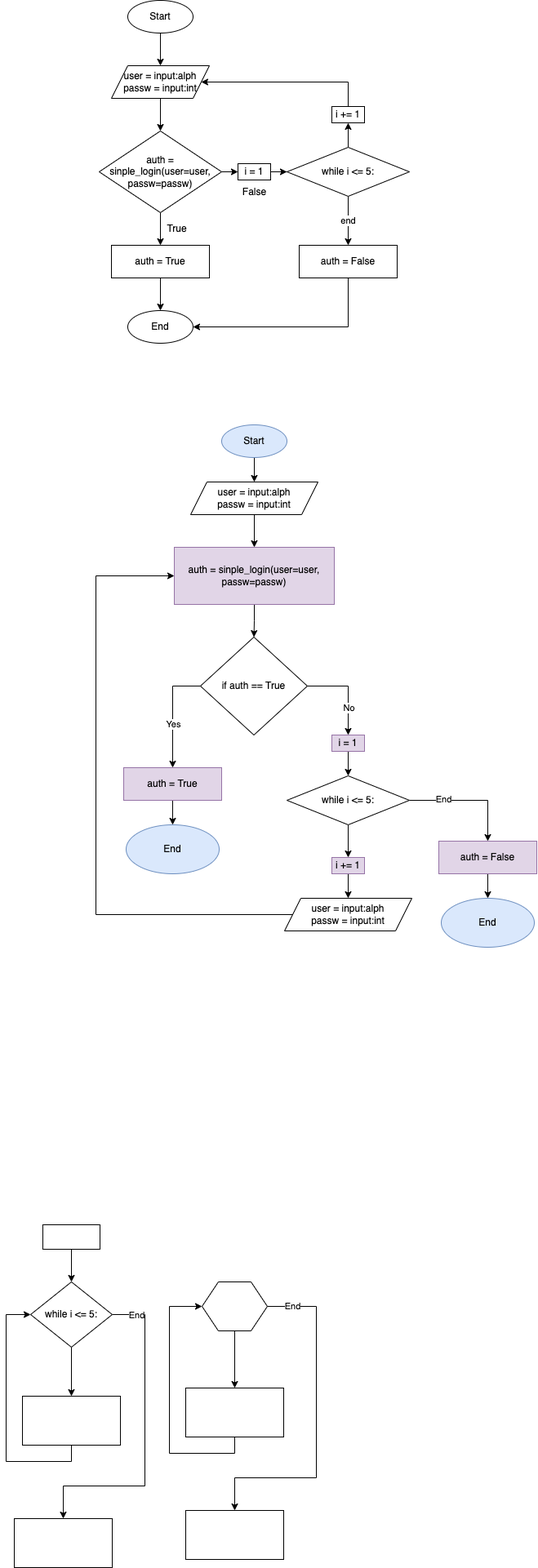
The draw.io diagram Project_001_Floch01.drawio.png in Verlonskg/Project_1, before a commit. Source tidied: cells renumbered, new cells last; positions are measured from the earlier drawing's top-left corner, leaving out a move shared by most shapes.
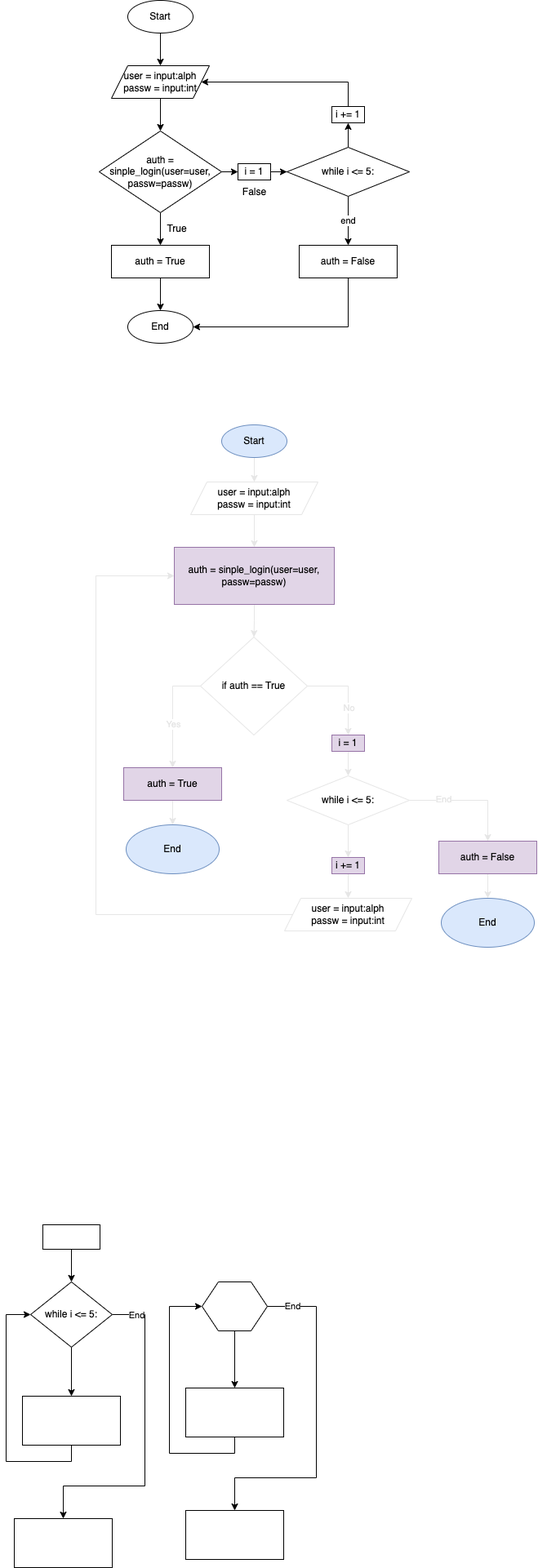
After the change.

What changed in the source:
```diff
@@ -154,74 +154,74 @@
     <mxCell id="38" style="rounded=0;whiteSpace=wrap;html=1;" parent="1" vertex="1">
       <mxGeometry x="45" y="1500" width="70" height="30" as="geometry" />
     </mxCell>
-    <mxCell id="39" style="edgeStyle=orthogonalEdgeStyle;rounded=0;jettySize=auto;html=1;" parent="1" edge="1" source="40" target="42">
+    <mxCell id="39" style="edgeStyle=orthogonalEdgeStyle;rounded=0;jettySize=auto;html=1;strokeColor=#E6E6E6;" parent="1" edge="1" source="40" target="42">
       <mxGeometry relative="1" as="geometry" />
     </mxCell>
     <mxCell id="40" value="Start" style="ellipse;whiteSpace=wrap;html=1;fillColor=#dae8fc;strokeColor=#6c8ebf;" parent="1" vertex="1">
       <mxGeometry x="264" y="520" width="80" height="40" as="geometry" />
     </mxCell>
-    <mxCell id="41" style="edgeStyle=orthogonalEdgeStyle;rounded=0;jettySize=auto;html=1;" parent="1" edge="1" source="42" target="44">
+    <mxCell id="41" style="edgeStyle=orthogonalEdgeStyle;rounded=0;jettySize=auto;html=1;strokeColor=#E6E6E6;" parent="1" edge="1" source="42" target="44">
       <mxGeometry relative="1" as="geometry" />
     </mxCell>
-    <mxCell id="42" value="user = input:alph&lt;br&gt;passw = input:int" style="shape=parallelogram;perimeter=parallelogramPerimeter;whiteSpace=wrap;html=1;fixedSize=1;" parent="1" vertex="1">
+    <mxCell id="42" value="user = input:alph&lt;br&gt;passw = input:int" style="shape=parallelogram;perimeter=parallelogramPerimeter;whiteSpace=wrap;html=1;fixedSize=1;strokeColor=#E6E6E6;" parent="1" vertex="1">
       <mxGeometry x="226" y="590" width="156" height="40" as="geometry" />
     </mxCell>
-    <mxCell id="43" style="edgeStyle=orthogonalEdgeStyle;rounded=0;jettySize=auto;html=1;" parent="1" edge="1" source="44" target="49">
+    <mxCell id="43" style="edgeStyle=orthogonalEdgeStyle;rounded=0;jettySize=auto;html=1;strokeColor=#E6E6E6;" parent="1" edge="1" source="44" target="49">
       <mxGeometry relative="1" as="geometry" />
     </mxCell>
     <mxCell id="44" value="auth = sinple_login(user=user, passw=passw)" style="whiteSpace=wrap;html=1;fillColor=#e1d5e7;strokeColor=#9673a6;" parent="1" vertex="1">
       <mxGeometry x="206" y="670" width="196" height="70" as="geometry" />
     </mxCell>
-    <mxCell id="45" style="edgeStyle=orthogonalEdgeStyle;rounded=0;jettySize=auto;html=1;entryX=0.5;entryY=0;entryDx=0;entryDy=0;" parent="1" edge="1" source="49" target="51">
+    <mxCell id="45" style="edgeStyle=orthogonalEdgeStyle;rounded=0;jettySize=auto;html=1;entryX=0.5;entryY=0;entryDx=0;entryDy=0;strokeColor=#E6E6E6;" parent="1" edge="1" source="49" target="51">
       <mxGeometry relative="1" as="geometry">
         <Array as="points">
           <mxPoint x="204" y="840" />
         </Array>
       </mxGeometry>
     </mxCell>
-    <mxCell id="46" value="Yes" style="edgeLabel;html=1;align=center;verticalAlign=middle;" parent="45" vertex="1">
+    <mxCell id="46" value="Yes" style="edgeLabel;html=1;align=center;verticalAlign=middle;fontColor=#E6E6E6;" parent="45" vertex="1">
       <mxGeometry x="0.21" y="1" relative="1" as="geometry" />
     </mxCell>
-    <mxCell id="47" style="edgeStyle=orthogonalEdgeStyle;rounded=0;jettySize=auto;html=1;entryX=0.5;entryY=0;entryDx=0;entryDy=0;" parent="1" edge="1" source="49" target="53">
+    <mxCell id="47" style="edgeStyle=orthogonalEdgeStyle;rounded=0;jettySize=auto;html=1;entryX=0.5;entryY=0;entryDx=0;entryDy=0;strokeColor=#E6E6E6;" parent="1" edge="1" source="49" target="53">
       <mxGeometry relative="1" as="geometry" />
     </mxCell>
-    <mxCell id="48" value="No" style="edgeLabel;html=1;align=center;verticalAlign=middle;" parent="47" vertex="1">
+    <mxCell id="48" value="No" style="edgeLabel;html=1;align=center;verticalAlign=middle;fontColor=#E6E6E6;" parent="47" vertex="1">
       <mxGeometry x="0.39" y="1" relative="1" as="geometry" />
     </mxCell>
-    <mxCell id="49" value="if auth == True" style="rhombus;whiteSpace=wrap;html=1;" parent="1" vertex="1">
+    <mxCell id="49" value="if auth == True" style="rhombus;whiteSpace=wrap;html=1;strokeColor=#E6E6E6;" parent="1" vertex="1">
       <mxGeometry x="238" y="780" width="131" height="120" as="geometry" />
     </mxCell>
-    <mxCell id="50" style="edgeStyle=orthogonalEdgeStyle;rounded=0;jettySize=auto;html=1;" parent="1" edge="1" source="51" target="62">
+    <mxCell id="50" style="edgeStyle=orthogonalEdgeStyle;rounded=0;jettySize=auto;html=1;strokeColor=#E6E6E6;" parent="1" edge="1" source="51" target="62">
       <mxGeometry relative="1" as="geometry" />
     </mxCell>
     <mxCell id="51" value="auth = True" style="whiteSpace=wrap;html=1;fillColor=#e1d5e7;strokeColor=#9673a6;" parent="1" vertex="1">
       <mxGeometry x="144" y="940" width="120" height="40" as="geometry" />
     </mxCell>
-    <mxCell id="52" style="edgeStyle=orthogonalEdgeStyle;rounded=0;jettySize=auto;html=1;" parent="1" edge="1" source="53" target="57">
+    <mxCell id="52" style="edgeStyle=orthogonalEdgeStyle;rounded=0;jettySize=auto;html=1;strokeColor=#E6E6E6;" parent="1" edge="1" source="53" target="57">
       <mxGeometry relative="1" as="geometry" />
     </mxCell>
     <mxCell id="53" value="i = 1" style="whiteSpace=wrap;html=1;fillColor=#e1d5e7;strokeColor=#9673a6;" parent="1" vertex="1">
       <mxGeometry x="399" y="900" width="40" height="20" as="geometry" />
     </mxCell>
-    <mxCell id="54" style="edgeStyle=orthogonalEdgeStyle;rounded=0;jettySize=auto;html=1;" parent="1" edge="1" source="57" target="59">
+    <mxCell id="54" style="edgeStyle=orthogonalEdgeStyle;rounded=0;jettySize=auto;html=1;strokeColor=#E6E6E6;" parent="1" edge="1" source="57" target="59">
       <mxGeometry relative="1" as="geometry" />
     </mxCell>
-    <mxCell id="55" style="edgeStyle=orthogonalEdgeStyle;rounded=0;jettySize=auto;html=1;entryX=0.5;entryY=0;entryDx=0;entryDy=0;" parent="1" edge="1" source="57" target="64">
+    <mxCell id="55" style="edgeStyle=orthogonalEdgeStyle;rounded=0;jettySize=auto;html=1;entryX=0.5;entryY=0;entryDx=0;entryDy=0;strokeColor=#E6E6E6;" parent="1" edge="1" source="57" target="64">
       <mxGeometry relative="1" as="geometry" />
     </mxCell>
-    <mxCell id="56" value="End" style="edgeLabel;html=1;align=center;verticalAlign=middle;" parent="55" vertex="1">
+    <mxCell id="56" value="End" style="edgeLabel;html=1;align=center;verticalAlign=middle;fontColor=#E6E6E6;" parent="55" vertex="1">
       <mxGeometry x="-0.42" y="1" relative="1" as="geometry" />
     </mxCell>
-    <mxCell id="57" value="&lt;div style=&quot;&quot;&gt;&lt;br&gt;&lt;/div&gt;&lt;div style=&quot;&quot;&gt;while i &amp;lt;= 5:&lt;/div&gt;&lt;div style=&quot;&quot;&gt;&lt;br&gt;&lt;/div&gt;" style="rhombus;whiteSpace=wrap;html=1;" parent="1" vertex="1">
+    <mxCell id="57" value="&lt;div style=&quot;&quot;&gt;&lt;br&gt;&lt;/div&gt;&lt;div style=&quot;&quot;&gt;while i &amp;lt;= 5:&lt;/div&gt;&lt;div style=&quot;&quot;&gt;&lt;br&gt;&lt;/div&gt;" style="rhombus;whiteSpace=wrap;html=1;strokeColor=#E6E6E6;" parent="1" vertex="1">
       <mxGeometry x="344" y="950" width="150" height="60" as="geometry" />
     </mxCell>
-    <mxCell id="58" style="edgeStyle=orthogonalEdgeStyle;rounded=0;jettySize=auto;html=1;" parent="1" edge="1" source="59" target="61">
+    <mxCell id="58" style="edgeStyle=orthogonalEdgeStyle;rounded=0;jettySize=auto;html=1;strokeColor=#E6E6E6;" parent="1" edge="1" source="59" target="61">
       <mxGeometry relative="1" as="geometry" />
     </mxCell>
     <mxCell id="59" value="i += 1" style="whiteSpace=wrap;html=1;fillColor=#e1d5e7;strokeColor=#9673a6;" parent="1" vertex="1">
       <mxGeometry x="399" y="1050" width="40" height="20" as="geometry" />
     </mxCell>
-    <mxCell id="60" style="edgeStyle=orthogonalEdgeStyle;rounded=0;jettySize=auto;html=1;entryX=0;entryY=0.5;entryDx=0;entryDy=0;" parent="1" edge="1" source="61" target="44">
+    <mxCell id="60" style="edgeStyle=orthogonalEdgeStyle;rounded=0;jettySize=auto;html=1;entryX=0;entryY=0.5;entryDx=0;entryDy=0;strokeColor=#E6E6E6;" parent="1" edge="1" source="61" target="44">
       <mxGeometry relative="1" as="geometry">
         <Array as="points">
           <mxPoint x="110" y="1120" />
@@ -229,13 +229,13 @@
         </Array>
       </mxGeometry>
     </mxCell>
-    <mxCell id="61" value="user = input:alph&lt;br&gt;passw = input:int" style="shape=parallelogram;perimeter=parallelogramPerimeter;whiteSpace=wrap;html=1;fixedSize=1;" parent="1" vertex="1">
+    <mxCell id="61" value="user = input:alph&lt;br&gt;passw = input:int" style="shape=parallelogram;perimeter=parallelogramPerimeter;whiteSpace=wrap;html=1;fixedSize=1;strokeColor=#E6E6E6;" parent="1" vertex="1">
       <mxGeometry x="341" y="1100" width="156" height="40" as="geometry" />
     </mxCell>
     <mxCell id="62" value="End" style="ellipse;whiteSpace=wrap;html=1;fillColor=#dae8fc;strokeColor=#6c8ebf;" parent="1" vertex="1">
       <mxGeometry x="147" y="1010" width="114" height="60" as="geometry" />
     </mxCell>
-    <mxCell id="63" style="edgeStyle=orthogonalEdgeStyle;rounded=0;jettySize=auto;html=1;" parent="1" edge="1" source="64" target="65">
+    <mxCell id="63" style="edgeStyle=orthogonalEdgeStyle;rounded=0;jettySize=auto;html=1;strokeColor=#E6E6E6;" parent="1" edge="1" source="64" target="65">
       <mxGeometry relative="1" as="geometry" />
     </mxCell>
     <mxCell id="64" value="auth = False" style="whiteSpace=wrap;html=1;fillColor=#e1d5e7;strokeColor=#9673a6;" parent="1" vertex="1">
```
